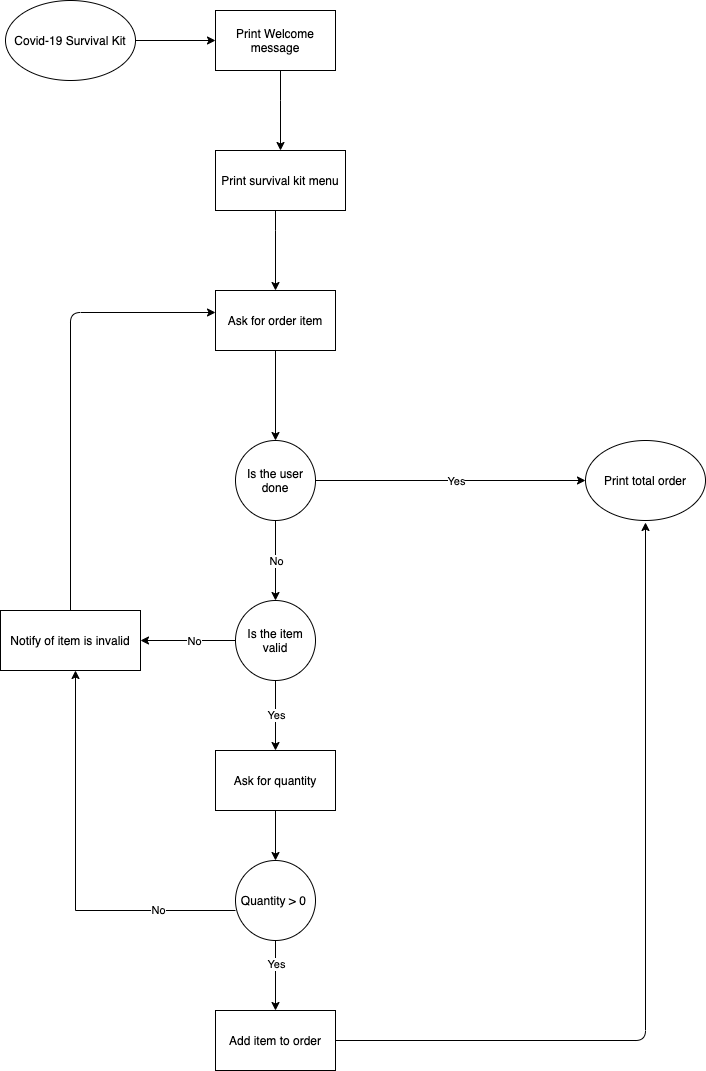
The draw.io diagram Covid-19 Flowchart.png in Sajith14/covid_survival_kit, before a commit. Source tidied: cells renumbered, new cells last; positions are measured from the earlier drawing's top-left corner, leaving out a move shared by most shapes.
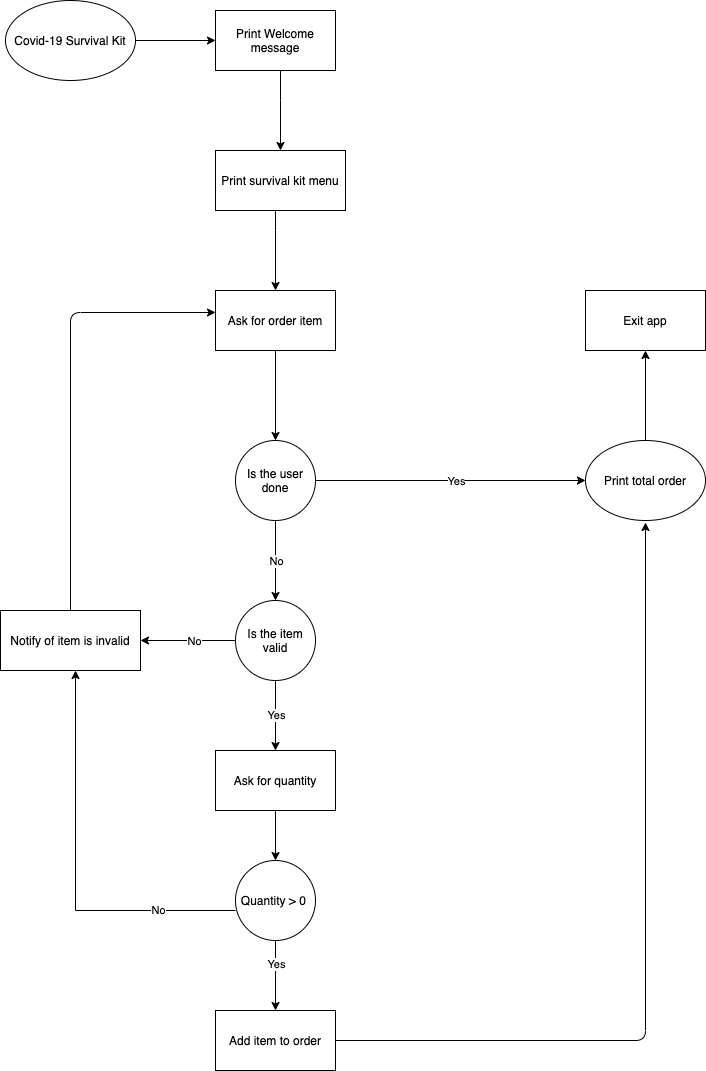
After the commit.

The edit, as a diff of the source:
```diff
@@ -85,6 +85,9 @@
         </Array>
       </mxGeometry>
     </mxCell>
+    <mxCell id="33" style="edgeStyle=orthogonalEdgeStyle;rounded=0;jettySize=auto;html=1;" parent="1" edge="1" source="22" target="34">
+      <mxGeometry relative="1" as="geometry" />
+    </mxCell>
     <mxCell id="22" value="Print total order" style="ellipse;whiteSpace=wrap;html=1;" parent="1" vertex="1">
       <mxGeometry x="585" y="440" width="120" height="80" as="geometry" />
     </mxCell>
@@ -129,5 +132,8 @@
     <mxCell id="32" value="No" style="edgeLabel;html=1;align=center;verticalAlign=middle;" parent="31" vertex="1">
       <mxGeometry x="0.03" y="1" relative="1" as="geometry" />
     </mxCell>
+    <mxCell id="34" value="Exit app" style="whiteSpace=wrap;html=1;" parent="1" vertex="1">
+      <mxGeometry x="585" y="290" width="120" height="60" as="geometry" />
+    </mxCell>
   </root>
 </mxGraphModel>
```
